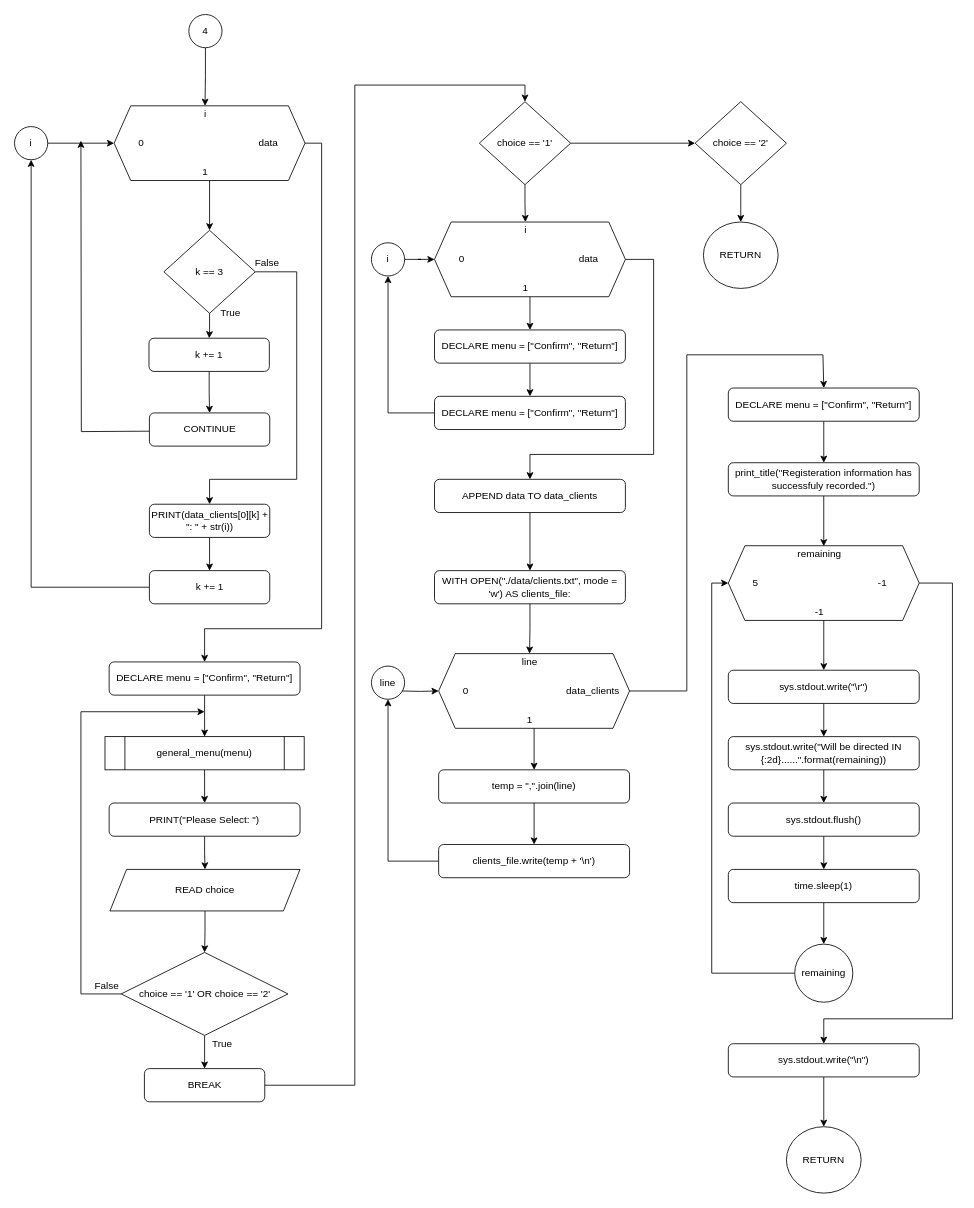
This is page "Page-2" (2 of 2) of Flowchart/default/register_interface.drawio from RabbitBear00/Car-Rental-System, a draw.io file, before an edit. Source tidied: cells renumbered, new cells numbered last; positions are measured from the earlier drawing's top-left corner, leaving out a move shared by most shapes. Both pictures are drawn from the tidied source at 83%, with x=0, y=0 at pixel (14, 14).
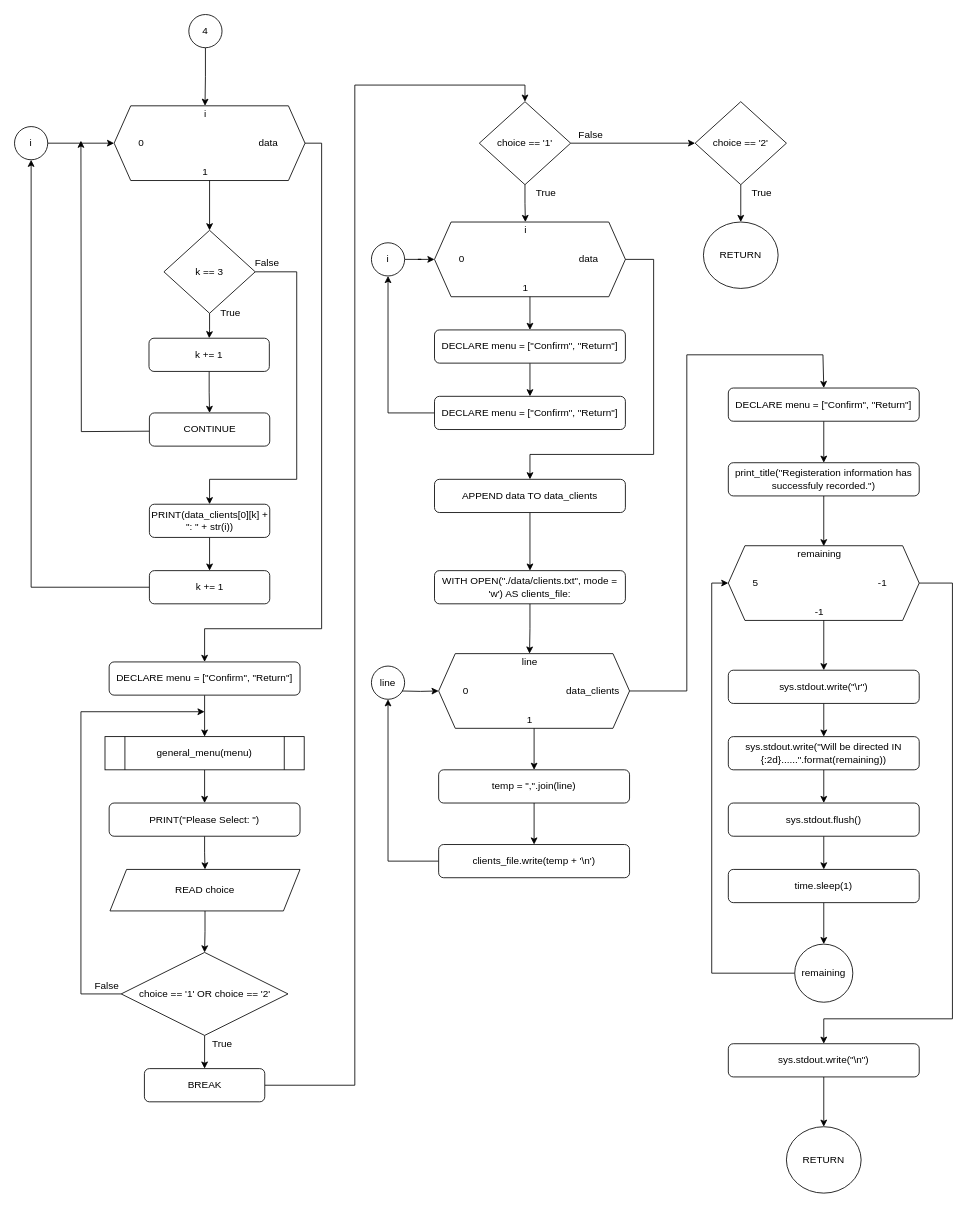
The same diagram, later.

The edit, as a diff of the source:
```diff
@@
+    <mxCell id="105" value="True" style="text;html=1;align=center;verticalAlign=middle;strokeColor=none;" parent="1" vertex="1">
+      <mxGeometry x="620" y="205" width="40" height="20" as="geometry" />
+    </mxCell>
+    <mxCell id="106" value="True" style="text;html=1;align=center;verticalAlign=middle;strokeColor=none;" parent="1" vertex="1">
+      <mxGeometry x="880" y="205" width="40" height="20" as="geometry" />
+    </mxCell>
+    <mxCell id="107" value="False" style="text;html=1;align=center;verticalAlign=middle;strokeColor=none;" parent="1" vertex="1">
+      <mxGeometry x="674" y="135" width="40" height="20" as="geometry" />
+    </mxCell>
```
